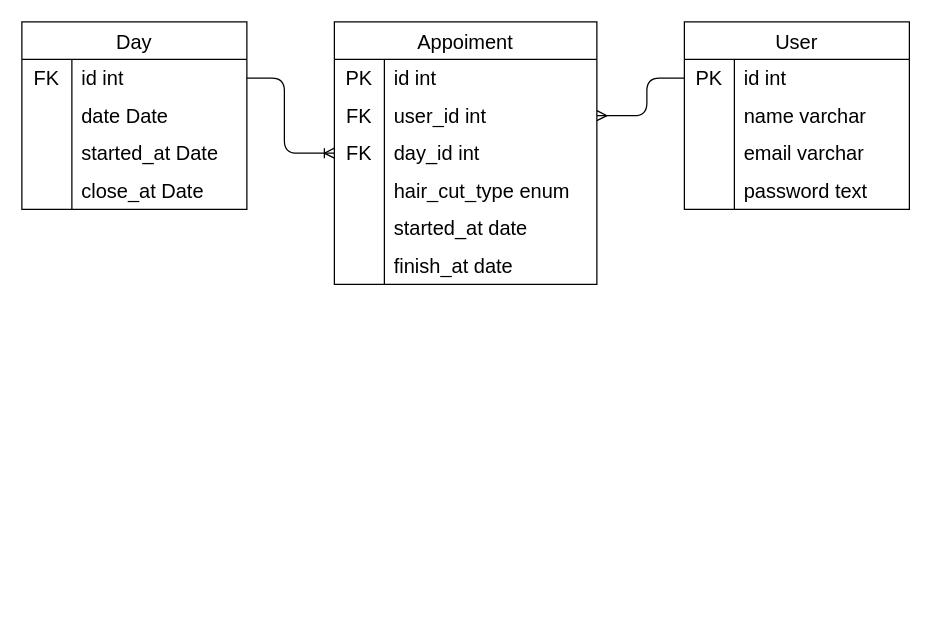
Before: page "Página-2" (2 of 2) of docs/entities.drawio in Jose-GuilhermeG/hairAppointment, a draw.io diagram. Source tidied: cells renumbered, new cells numbered last; positions are measured from the earlier drawing's top-left corner, leaving out a move shared by most shapes. Both pictures are drawn from the tidied source at 125%, with x=0, y=0 at pixel (21, 21).
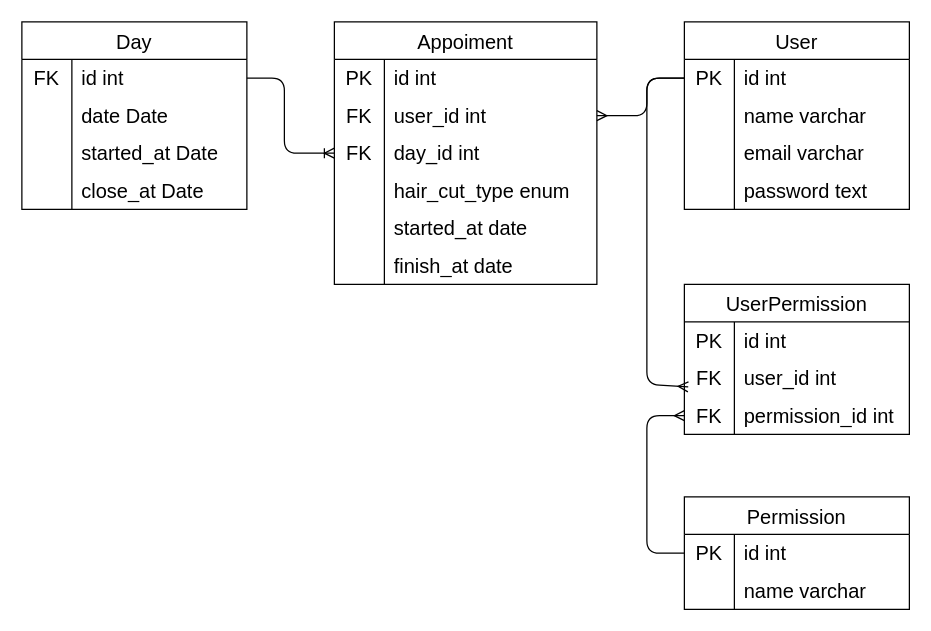
The same diagram, later.

The change refers to these unchanged cells:
```xml
<mxCell id="16" style="shape=tableRow;horizontal=0;startSize=0;swimlaneHead=0;swimlaneBody=0;top=0;left=0;bottom=0;right=0;fillColor=none;points=[[0,0.5],[1,0.5]];portConstraint=eastwest;strokeColor=inherit;fontSize=16;" parent="15" vertex="1">
  <mxGeometry y="30" width="180" height="30" as="geometry" />
</mxCell>
```

Change to the diagram source:
```diff
@@
+    <mxCell id="49" value="Permission" style="shape=table;startSize=30;childLayout=tableLayout;rowLines=0;fontStyle=0;strokeColor=default;fontSize=16;" parent="1" vertex="1">
+      <mxGeometry x="530" y="380" width="180" height="90" as="geometry" />
+    </mxCell>
+    <mxCell id="50" style="shape=tableRow;horizontal=0;startSize=0;swimlaneHead=0;swimlaneBody=0;top=0;left=0;bottom=0;right=0;fillColor=none;points=[[0,0.5],[1,0.5]];portConstraint=eastwest;strokeColor=inherit;fontSize=16;" parent="49" vertex="1">
+      <mxGeometry y="30" width="180" height="30" as="geometry" />
+    </mxCell>
+    <mxCell id="51" value="PK" style="shape=partialRectangle;html=1;whiteSpace=wrap;fillColor=none;top=0;left=0;bottom=0;right=0;overflow=hidden;strokeColor=inherit;fontSize=16;" parent="50" vertex="1">
+      <mxGeometry width="40" height="30" as="geometry" />
+    </mxCell>
+    <mxCell id="52" value="id int" style="shape=partialRectangle;html=1;whiteSpace=wrap;fillColor=none;top=0;left=0;bottom=0;right=0;align=left;spacingLeft=6;overflow=hidden;strokeColor=inherit;fontSize=16;" parent="50" vertex="1">
+      <mxGeometry x="40" width="140" height="30" as="geometry" />
+    </mxCell>
+    <mxCell id="53" style="shape=tableRow;horizontal=0;startSize=0;swimlaneHead=0;swimlaneBody=0;top=0;left=0;bottom=0;right=0;fillColor=none;strokeColor=inherit;fontSize=16;" parent="49" vertex="1">
+      <mxGeometry y="60" width="180" height="30" as="geometry" />
+    </mxCell>
+    <mxCell id="54" style="shape=partialRectangle;html=1;whiteSpace=wrap;fillColor=none;top=0;left=0;bottom=0;right=0;overflow=hidden;strokeColor=inherit;fontSize=16;" parent="53" vertex="1">
+      <mxGeometry width="40" height="30" as="geometry" />
+    </mxCell>
+    <mxCell id="55" value="name varchar" style="shape=partialRectangle;html=1;whiteSpace=wrap;fillColor=none;top=0;left=0;bottom=0;right=0;align=left;spacingLeft=6;overflow=hidden;strokeColor=inherit;fontSize=16;" parent="53" vertex="1">
+      <mxGeometry x="40" width="140" height="30" as="geometry" />
+    </mxCell>
+    <mxCell id="56" value="UserPermission" style="shape=table;startSize=30;childLayout=tableLayout;rowLines=0;fontStyle=0;strokeColor=default;fontSize=16;" parent="1" vertex="1">
+      <mxGeometry x="530" y="210" width="180" height="120" as="geometry" />
+    </mxCell>
+    <mxCell id="57" style="shape=tableRow;horizontal=0;startSize=0;swimlaneHead=0;swimlaneBody=0;top=0;left=0;bottom=0;right=0;fillColor=none;strokeColor=inherit;fontSize=16;" parent="56" vertex="1">
+      <mxGeometry y="30" width="180" height="30" as="geometry" />
+    </mxCell>
+    <mxCell id="58" value="PK" style="shape=partialRectangle;html=1;whiteSpace=wrap;fillColor=none;top=0;left=0;bottom=0;right=0;overflow=hidden;strokeColor=inherit;fontSize=16;" parent="57" vertex="1">
+      <mxGeometry width="40" height="30" as="geometry" />
+    </mxCell>
+    <mxCell id="59" value="id int" style="shape=partialRectangle;html=1;whiteSpace=wrap;fillColor=none;top=0;left=0;bottom=0;right=0;align=left;spacingLeft=6;overflow=hidden;strokeColor=inherit;fontSize=16;" parent="57" vertex="1">
+      <mxGeometry x="40" width="140" height="30" as="geometry" />
+    </mxCell>
+    <mxCell id="60" style="shape=tableRow;horizontal=0;startSize=0;swimlaneHead=0;swimlaneBody=0;top=0;left=0;bottom=0;right=0;fillColor=none;points=[[0,0.5],[1,0.5]];portConstraint=eastwest;strokeColor=inherit;fontSize=16;" parent="56" vertex="1">
+      <mxGeometry y="60" width="180" height="30" as="geometry" />
+    </mxCell>
+    <mxCell id="61" value="FK" style="shape=partialRectangle;html=1;whiteSpace=wrap;fillColor=none;top=0;left=0;bottom=0;right=0;overflow=hidden;strokeColor=inherit;fontSize=16;" parent="60" vertex="1">
+      <mxGeometry width="40" height="30" as="geometry" />
+    </mxCell>
+    <mxCell id="62" value="user_id int" style="shape=partialRectangle;html=1;whiteSpace=wrap;fillColor=none;top=0;left=0;bottom=0;right=0;align=left;spacingLeft=6;overflow=hidden;strokeColor=inherit;fontSize=16;" parent="60" vertex="1">
+      <mxGeometry x="40" width="140" height="30" as="geometry" />
+    </mxCell>
+    <mxCell id="63" style="shape=tableRow;horizontal=0;startSize=0;swimlaneHead=0;swimlaneBody=0;top=0;left=0;bottom=0;right=0;fillColor=none;points=[[0,0.5],[1,0.5]];portConstraint=eastwest;strokeColor=inherit;fontSize=16;" parent="56" vertex="1">
+      <mxGeometry y="90" width="180" height="30" as="geometry" />
+    </mxCell>
+    <mxCell id="64" value="FK" style="shape=partialRectangle;html=1;whiteSpace=wrap;fillColor=none;top=0;left=0;bottom=0;right=0;overflow=hidden;strokeColor=inherit;fontSize=16;" parent="63" vertex="1">
+      <mxGeometry width="40" height="30" as="geometry" />
+    </mxCell>
+    <mxCell id="65" value="permission_id int" style="shape=partialRectangle;html=1;whiteSpace=wrap;fillColor=none;top=0;left=0;bottom=0;right=0;align=left;spacingLeft=6;overflow=hidden;strokeColor=inherit;fontSize=16;" parent="63" vertex="1">
+      <mxGeometry x="40" width="140" height="30" as="geometry" />
+    </mxCell>
+    <mxCell id="66" style="edgeStyle=none;html=1;entryX=0;entryY=0.5;entryDx=0;entryDy=0;exitX=0;exitY=0.5;exitDx=0;exitDy=0;endArrow=ERmany;endFill=0;" parent="1" edge="1" source="50" target="63">
+      <mxGeometry relative="1" as="geometry">
+        <Array as="points">
+          <mxPoint x="500" y="425" />
+          <mxPoint x="500" y="315" />
+        </Array>
+      </mxGeometry>
+    </mxCell>
+    <mxCell id="67" style="edgeStyle=none;html=1;entryX=0.017;entryY=0.733;entryDx=0;entryDy=0;entryPerimeter=0;endArrow=ERmany;endFill=0;" parent="1" edge="1" source="16" target="60">
+      <mxGeometry relative="1" as="geometry">
+        <Array as="points">
+          <mxPoint x="500" y="45" />
+          <mxPoint x="500" y="290" />
+        </Array>
+      </mxGeometry>
+    </mxCell>
```
